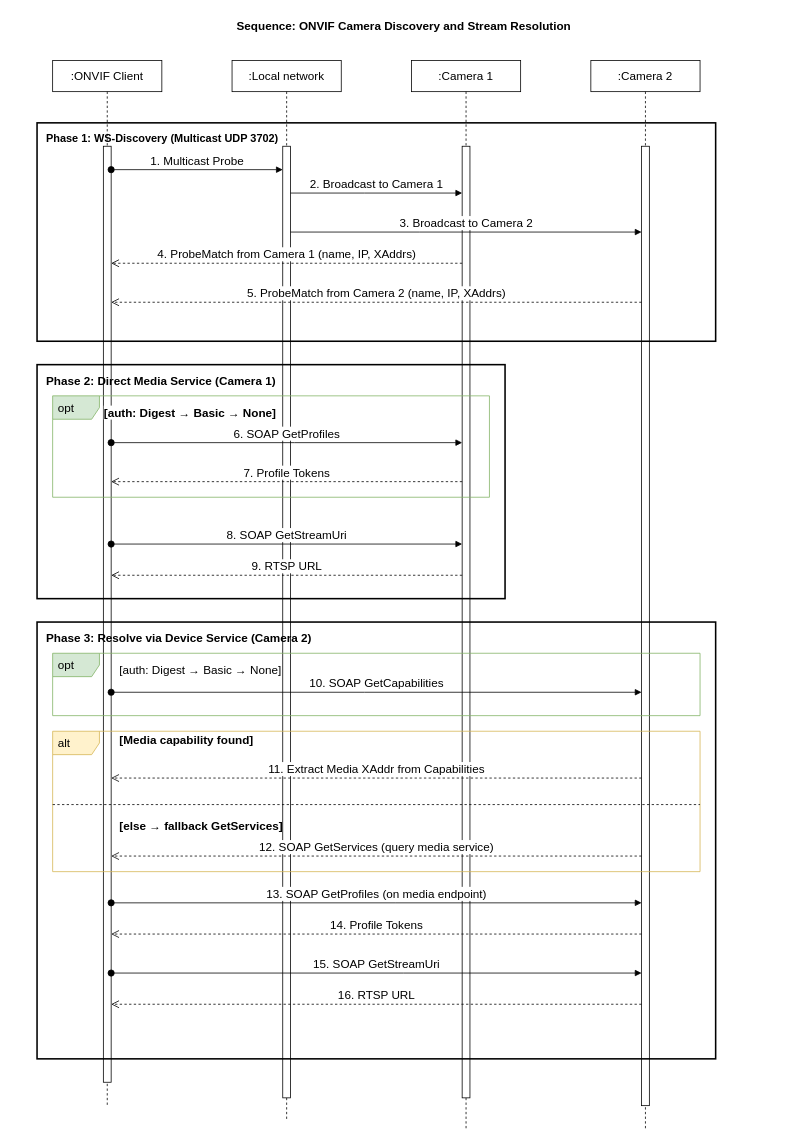
Salmen-BA21/Queue-Wait-Time-Estimation keeps this draw.io diagram as report-latex/figures/drawio/chapter4_onvif_protocol_sequence.drawio. Above is the earlier version. Source tidied: cells renumbered, new cells numbered last; positions are measured from the earlier drawing's top-left corner, leaving out a move shared by most shapes. Both pictures are drawn from the tidied source at 78%, with x=0, y=0 at pixel (13, 13).
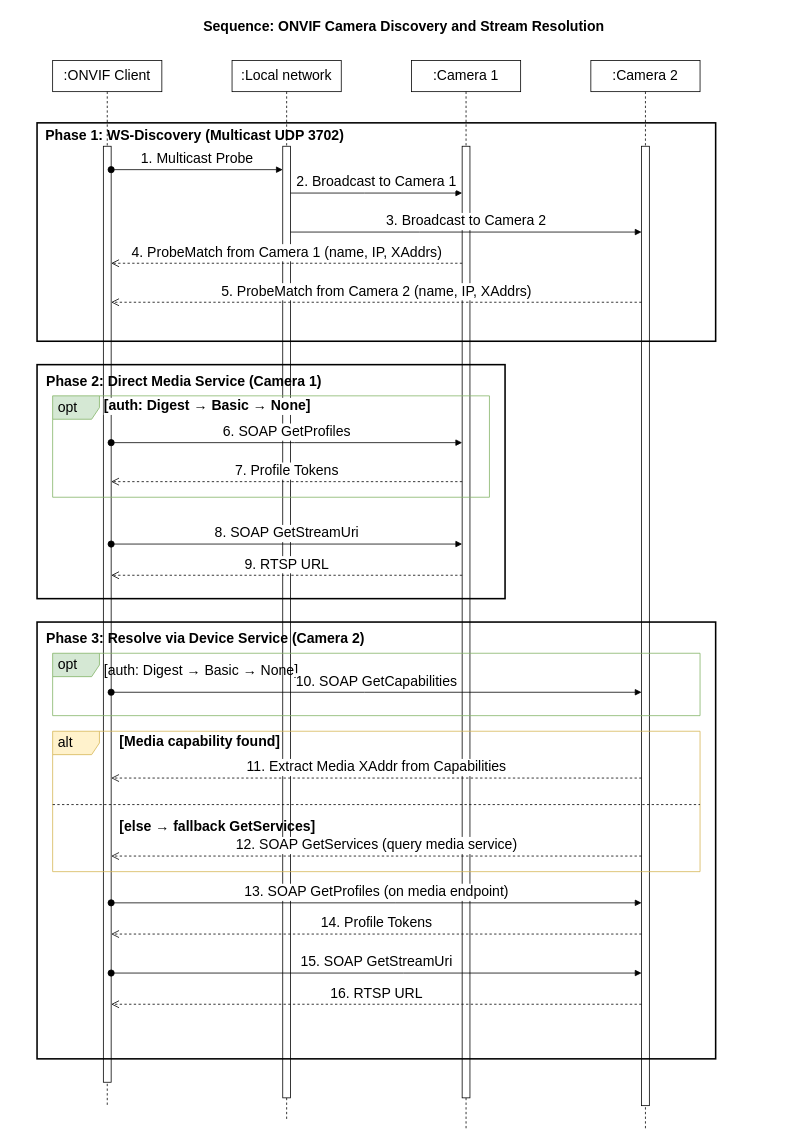
After the change.

Change to the diagram source:
```diff
@@
-    <mxCell id="2" value="Sequence: ONVIF Camera Discovery and Stream Resolution" style="text;fontSize=15;fontStyle=1;align=center;html=1;" parent="1" vertex="1">
+    <mxCell id="2" value="Sequence: ONVIF Camera Discovery and Stream Resolution" style="text;fontSize=18;fontStyle=1;align=center;html=1;" parent="1" vertex="1">
       <mxGeometry width="1000" height="40" as="geometry" />
     </mxCell>
-    <mxCell id="3" value=":ONVIF Client" style="shape=umlLifeline;perimeter=lifelinePerimeter;whiteSpace=wrap;html=1;fontSize=15;" parent="1" vertex="1">
+    <mxCell id="3" value=":ONVIF Client" style="shape=umlLifeline;perimeter=lifelinePerimeter;whiteSpace=wrap;html=1;fontSize=18;" parent="1" vertex="1">
       <mxGeometry x="50" y="60" width="140" height="1340" as="geometry" />
     </mxCell>
-    <mxCell id="4" style="html=1;points=[];perimeter=orthogonalPerimeter;outlineConnect=0;targetShapes=umlLifeline;portConstraint=eastwest;fontSize=15;" parent="3" vertex="1">
+    <mxCell id="4" style="html=1;points=[];perimeter=orthogonalPerimeter;outlineConnect=0;targetShapes=umlLifeline;portConstraint=eastwest;fontSize=18;" parent="3" vertex="1">
       <mxGeometry x="65" y="110" width="10" height="1200" as="geometry" />
     </mxCell>
-    <mxCell id="5" value=":Local network" style="shape=umlLifeline;perimeter=lifelinePerimeter;whiteSpace=wrap;html=1;fontSize=15;" parent="1" vertex="1">
+    <mxCell id="5" value=":Local network" style="shape=umlLifeline;perimeter=lifelinePerimeter;whiteSpace=wrap;html=1;fontSize=18;" parent="1" vertex="1">
       <mxGeometry x="280" y="60" width="140" height="1360" as="geometry" />
     </mxCell>
-    <mxCell id="6" style="html=1;points=[];perimeter=orthogonalPerimeter;outlineConnect=0;targetShapes=umlLifeline;portConstraint=eastwest;fontSize=15;" parent="5" vertex="1">
+    <mxCell id="6" style="html=1;points=[];perimeter=orthogonalPerimeter;outlineConnect=0;targetShapes=umlLifeline;portConstraint=eastwest;fontSize=18;" parent="5" vertex="1">
       <mxGeometry x="65" y="110" width="10" height="1220" as="geometry" />
     </mxCell>
-    <mxCell id="7" value=":Camera 1" style="shape=umlLifeline;perimeter=lifelinePerimeter;whiteSpace=wrap;html=1;fontSize=15;" parent="1" vertex="1">
+    <mxCell id="7" value=":Camera 1" style="shape=umlLifeline;perimeter=lifelinePerimeter;whiteSpace=wrap;html=1;fontSize=18;" parent="1" vertex="1">
       <mxGeometry x="510" y="60" width="140" height="1370" as="geometry" />
     </mxCell>
-    <mxCell id="8" style="html=1;points=[];perimeter=orthogonalPerimeter;outlineConnect=0;targetShapes=umlLifeline;portConstraint=eastwest;fontSize=15;" parent="7" vertex="1">
+    <mxCell id="8" style="html=1;points=[];perimeter=orthogonalPerimeter;outlineConnect=0;targetShapes=umlLifeline;portConstraint=eastwest;fontSize=18;" parent="7" vertex="1">
       <mxGeometry x="65" y="110" width="10" height="1220" as="geometry" />
     </mxCell>
-    <mxCell id="9" value=":Camera 2" style="shape=umlLifeline;perimeter=lifelinePerimeter;whiteSpace=wrap;html=1;fontSize=15;" parent="1" vertex="1">
+    <mxCell id="9" value=":Camera 2" style="shape=umlLifeline;perimeter=lifelinePerimeter;whiteSpace=wrap;html=1;fontSize=18;" parent="1" vertex="1">
       <mxGeometry x="740" y="60" width="140" height="1370" as="geometry" />
     </mxCell>
-    <mxCell id="10" style="html=1;points=[];perimeter=orthogonalPerimeter;outlineConnect=0;targetShapes=umlLifeline;portConstraint=eastwest;fontSize=15;" parent="9" vertex="1">
+    <mxCell id="10" style="html=1;points=[];perimeter=orthogonalPerimeter;outlineConnect=0;targetShapes=umlLifeline;portConstraint=eastwest;fontSize=18;" parent="9" vertex="1">
       <mxGeometry x="65" y="110" width="10" height="1230" as="geometry" />
     </mxCell>
-    <mxCell id="11" style="shape=rectangle;html=1;rounded=0;whiteSpace=wrap;strokeWidth=2;dashed=0;fillColor=none;fontSize=15;" parent="1" vertex="1">
+    <mxCell id="11" style="shape=rectangle;html=1;rounded=0;whiteSpace=wrap;strokeWidth=2;dashed=0;fillColor=none;fontSize=18;" parent="1" vertex="1">
       <mxGeometry x="30" y="140" width="870" height="280" as="geometry" />
     </mxCell>
-    <mxCell id="12" value="Phase 1: WS-Discovery (Multicast UDP 3702)" style="text;html=1;align=left;verticalAlign=top;fontSize=14;fontStyle=1;" parent="1" vertex="1">
-      <mxGeometry x="40" y="145" width="350" height="25" as="geometry" />
+    <mxCell id="12" value="Phase 1: WS-Discovery (Multicast UDP 3702)" style="text;html=1;align=left;verticalAlign=top;fontSize=18;fontStyle=1;" parent="1" vertex="1">
+      <mxGeometry x="39" y="140" width="350" height="25" as="geometry" />
     </mxCell>
-    <mxCell id="13" value="1. Multicast Probe" style="html=1;verticalAlign=bottom;startArrow=oval;endArrow=block;startSize=8;edgeStyle=elbowEdgeStyle;elbow=vertical;curved=0;rounded=0;fontSize=15;" parent="1" edge="1" source="4" target="6">
+    <mxCell id="13" value="1. Multicast Probe" style="html=1;verticalAlign=bottom;startArrow=oval;endArrow=block;startSize=8;edgeStyle=elbowEdgeStyle;elbow=vertical;curved=0;rounded=0;fontSize=18;" parent="1" edge="1" source="4" target="6">
       <mxGeometry relative="1" as="geometry">
         <Array as="points">
           <mxPoint x="230" y="200" />
         </Array>
       </mxGeometry>
     </mxCell>
-    <mxCell id="14" value="2. Broadcast to Camera 1" style="html=1;verticalAlign=bottom;startArrow=none;endArrow=block;startSize=8;edgeStyle=elbowEdgeStyle;elbow=vertical;curved=0;rounded=0;fontSize=15;" parent="1" edge="1" source="6" target="8">
+    <mxCell id="14" value="2. Broadcast to Camera 1" style="html=1;verticalAlign=bottom;startArrow=none;endArrow=block;startSize=8;edgeStyle=elbowEdgeStyle;elbow=vertical;curved=0;rounded=0;fontSize=18;" parent="1" edge="1" source="6" target="8">
       <mxGeometry relative="1" as="geometry">
         <Array as="points">
           <mxPoint x="450" y="230" />
         </Array>
       </mxGeometry>
     </mxCell>
-    <mxCell id="15" value="3. Broadcast to Camera 2" style="html=1;verticalAlign=bottom;startArrow=none;endArrow=block;startSize=8;edgeStyle=elbowEdgeStyle;elbow=vertical;curved=0;rounded=0;fontSize=15;" parent="1" edge="1" source="6" target="10">
+    <mxCell id="15" value="3. Broadcast to Camera 2" style="html=1;verticalAlign=bottom;startArrow=none;endArrow=block;startSize=8;edgeStyle=elbowEdgeStyle;elbow=vertical;curved=0;rounded=0;fontSize=18;" parent="1" edge="1" source="6" target="10">
       <mxGeometry relative="1" as="geometry">
         <Array as="points">
           <mxPoint x="520" y="280" />
         </Array>
       </mxGeometry>
     </mxCell>
-    <mxCell id="16" value="4. ProbeMatch from Camera 1 (name, IP, XAddrs)" style="html=1;verticalAlign=bottom;endArrow=open;dashed=1;endSize=8;edgeStyle=elbowEdgeStyle;elbow=vertical;curved=0;rounded=0;fontSize=15;" parent="1" edge="1" source="8" target="4">
+    <mxCell id="16" value="4. ProbeMatch from Camera 1 (name, IP, XAddrs)" style="html=1;verticalAlign=bottom;endArrow=open;dashed=1;endSize=8;edgeStyle=elbowEdgeStyle;elbow=vertical;curved=0;rounded=0;fontSize=18;" parent="1" edge="1" source="8" target="4">
       <mxGeometry relative="1" as="geometry">
         <Array as="points">
           <mxPoint x="390" y="320" />
         </Array>
       </mxGeometry>
     </mxCell>
-    <mxCell id="17" value="5. ProbeMatch from Camera 2 (name, IP, XAddrs)" style="html=1;verticalAlign=bottom;endArrow=open;dashed=1;endSize=8;edgeStyle=elbowEdgeStyle;elbow=vertical;curved=0;rounded=0;fontSize=15;" parent="1" edge="1" source="10" target="4">
+    <mxCell id="17" value="5. ProbeMatch from Camera 2 (name, IP, XAddrs)" style="html=1;verticalAlign=bottom;endArrow=open;dashed=1;endSize=8;edgeStyle=elbowEdgeStyle;elbow=vertical;curved=0;rounded=0;fontSize=18;" parent="1" edge="1" source="10" target="4">
       <mxGeometry relative="1" as="geometry">
         <Array as="points">
           <mxPoint x="380" y="370" />
         </Array>
       </mxGeometry>
     </mxCell>
-    <mxCell id="18" style="shape=rectangle;html=1;rounded=0;whiteSpace=wrap;fillColor=none;strokeColor=#000000;strokeWidth=2;dashed=0;fontSize=15;" parent="1" vertex="1">
+    <mxCell id="18" style="shape=rectangle;html=1;rounded=0;whiteSpace=wrap;fillColor=none;strokeColor=#000000;strokeWidth=2;dashed=0;fontSize=18;" parent="1" vertex="1">
       <mxGeometry x="30" y="450" width="600" height="300" as="geometry" />
     </mxCell>
-    <mxCell id="19" value="Phase 2: Direct Media Service (Camera 1)" style="text;html=1;align=left;verticalAlign=top;fontSize=15;fontStyle=1;" parent="1" vertex="1">
+    <mxCell id="19" value="Phase 2: Direct Media Service (Camera 1)" style="text;html=1;align=left;verticalAlign=top;fontSize=18;fontStyle=1;" parent="1" vertex="1">
       <mxGeometry x="40" y="455" width="350" height="25" as="geometry" />
     </mxCell>
-    <mxCell id="20" value="opt" style="shape=umlFrame;whiteSpace=wrap;html=1;width=60;height=30;boundedLbl=1;verticalAlign=middle;align=left;spacingLeft=5;fillColor=#d5e8d4;strokeColor=#82b366;fontSize=15;" parent="1" vertex="1">
+    <mxCell id="20" value="opt" style="shape=umlFrame;whiteSpace=wrap;html=1;width=60;height=30;boundedLbl=1;verticalAlign=middle;align=left;spacingLeft=5;fillColor=#d5e8d4;strokeColor=#82b366;fontSize=18;" parent="1" vertex="1">
       <mxGeometry x="50" y="490" width="560" height="130" as="geometry" />
     </mxCell>
-    <mxCell id="21" value="[auth: Digest → Basic → None]" style="text;html=1;align=left;verticalAlign=top;spacingLeft=4;spacingTop=-4;fontStyle=1;labelBackgroundColor=default;fontSize=15;" parent="1" vertex="1">
-      <mxGeometry x="110" y="500" width="240" height="20" as="geometry" />
+    <mxCell id="21" value="[auth: Digest → Basic → None]" style="text;html=1;align=left;verticalAlign=top;spacingLeft=4;spacingTop=-4;fontStyle=1;labelBackgroundColor=default;fontSize=18;" parent="1" vertex="1">
+      <mxGeometry x="110" y="490" width="240" height="20" as="geometry" />
     </mxCell>
-    <mxCell id="22" value="6. SOAP GetProfiles" style="html=1;verticalAlign=bottom;startArrow=oval;endArrow=block;startSize=8;edgeStyle=elbowEdgeStyle;elbow=vertical;curved=0;rounded=0;fontSize=15;" parent="1" edge="1" source="4" target="8">
+    <mxCell id="22" value="6. SOAP GetProfiles" style="html=1;verticalAlign=bottom;startArrow=oval;endArrow=block;startSize=8;edgeStyle=elbowEdgeStyle;elbow=vertical;curved=0;rounded=0;fontSize=18;" parent="1" edge="1" source="4" target="8">
       <mxGeometry relative="1" as="geometry">
         <Array as="points">
           <mxPoint x="360" y="550" />
         </Array>
       </mxGeometry>
     </mxCell>
-    <mxCell id="23" value="7. Profile Tokens" style="html=1;verticalAlign=bottom;endArrow=open;dashed=1;endSize=8;edgeStyle=elbowEdgeStyle;elbow=vertical;curved=0;rounded=0;fontSize=15;" parent="1" edge="1" source="8" target="4">
+    <mxCell id="23" value="7. Profile Tokens" style="html=1;verticalAlign=bottom;endArrow=open;dashed=1;endSize=8;edgeStyle=elbowEdgeStyle;elbow=vertical;curved=0;rounded=0;fontSize=18;" parent="1" edge="1" source="8" target="4">
       <mxGeometry relative="1" as="geometry">
         <Array as="points">
           <mxPoint x="360" y="600" />
         </Array>
       </mxGeometry>
     </mxCell>
-    <mxCell id="24" value="8. SOAP GetStreamUri" style="html=1;verticalAlign=bottom;startArrow=oval;endArrow=block;startSize=8;edgeStyle=elbowEdgeStyle;elbow=vertical;curved=0;rounded=0;fontSize=15;" parent="1" edge="1" source="4" target="8">
+    <mxCell id="24" value="8. SOAP GetStreamUri" style="html=1;verticalAlign=bottom;startArrow=oval;endArrow=block;startSize=8;edgeStyle=elbowEdgeStyle;elbow=vertical;curved=0;rounded=0;fontSize=18;" parent="1" edge="1" source="4" target="8">
       <mxGeometry relative="1" as="geometry">
         <Array as="points">
           <mxPoint x="360" y="680" />
         </Array>
       </mxGeometry>
     </mxCell>
-    <mxCell id="25" value="9. RTSP URL" style="html=1;verticalAlign=bottom;endArrow=open;dashed=1;endSize=8;edgeStyle=elbowEdgeStyle;elbow=vertical;curved=0;rounded=0;fontSize=15;" parent="1" edge="1" source="8" target="4">
+    <mxCell id="25" value="9. RTSP URL" style="html=1;verticalAlign=bottom;endArrow=open;dashed=1;endSize=8;edgeStyle=elbowEdgeStyle;elbow=vertical;curved=0;rounded=0;fontSize=18;" parent="1" edge="1" source="8" target="4">
       <mxGeometry relative="1" as="geometry">
         <Array as="points">
           <mxPoint x="370" y="720" />
         </Array>
       </mxGeometry>
     </mxCell>
-    <mxCell id="26" style="shape=rectangle;html=1;rounded=0;whiteSpace=wrap;fillColor=none;strokeColor=#000000;strokeWidth=2;dashed=0;fontSize=15;" parent="1" vertex="1">
+    <mxCell id="26" style="shape=rectangle;html=1;rounded=0;whiteSpace=wrap;fillColor=none;strokeColor=#000000;strokeWidth=2;dashed=0;fontSize=18;" parent="1" vertex="1">
       <mxGeometry x="30" y="780" width="870" height="560" as="geometry" />
     </mxCell>
-    <mxCell id="27" value="Phase 3: Resolve via Device Service (Camera 2)" style="text;html=1;align=left;verticalAlign=top;fontSize=15;fontStyle=1;" parent="1" vertex="1">
+    <mxCell id="27" value="Phase 3: Resolve via Device Service (Camera 2)" style="text;html=1;align=left;verticalAlign=top;fontSize=18;fontStyle=1;" parent="1" vertex="1">
       <mxGeometry x="40" y="785" width="400" height="25" as="geometry" />
     </mxCell>
-    <mxCell id="28" value="opt" style="shape=umlFrame;whiteSpace=wrap;html=1;width=60;height=30;boundedLbl=1;verticalAlign=middle;align=left;spacingLeft=5;fillColor=#d5e8d4;strokeColor=#82b366;fontSize=15;" parent="1" vertex="1">
+    <mxCell id="28" value="opt" style="shape=umlFrame;whiteSpace=wrap;html=1;width=60;height=30;boundedLbl=1;verticalAlign=middle;align=left;spacingLeft=5;fillColor=#d5e8d4;strokeColor=#82b366;fontSize=18;" parent="1" vertex="1">
       <mxGeometry x="50" y="820" width="830" height="80" as="geometry" />
     </mxCell>
-    <mxCell id="29" value="[auth: Digest → Basic → None]" style="text;html=1;align=left;verticalAlign=top;spacingLeft=4;spacingTop=-4;fontSize=15;" parent="1" vertex="1">
-      <mxGeometry x="130" y="830" width="240" height="20" as="geometry" />
+    <mxCell id="29" value="[auth: Digest → Basic → None]" style="text;html=1;align=left;verticalAlign=top;spacingLeft=4;spacingTop=-4;fontSize=18;" parent="1" vertex="1">
+      <mxGeometry x="110" y="830" width="240" height="20" as="geometry" />
     </mxCell>
-    <mxCell id="30" value="10. SOAP GetCapabilities" style="html=1;verticalAlign=bottom;startArrow=oval;endArrow=block;startSize=8;edgeStyle=elbowEdgeStyle;elbow=vertical;curved=0;rounded=0;fontSize=15;" parent="1" edge="1">
+    <mxCell id="30" value="10. SOAP GetCapabilities" style="html=1;verticalAlign=bottom;startArrow=oval;endArrow=block;startSize=8;edgeStyle=elbowEdgeStyle;elbow=vertical;curved=0;rounded=0;fontSize=18;" parent="1" edge="1">
       <mxGeometry relative="1" as="geometry">
         <mxPoint x="125" y="870" as="sourcePoint" />
         <mxPoint x="805" y="870" as="targetPoint" />
         <Array as="points">
           <mxPoint x="450" y="870" />
         </Array>
       </mxGeometry>
     </mxCell>
-    <mxCell id="31" value="alt" style="shape=umlFrame;whiteSpace=wrap;html=1;width=60;height=30;boundedLbl=1;verticalAlign=middle;align=left;spacingLeft=5;fillColor=#fff2cc;strokeColor=#d6b656;fontSize=15;" parent="1" vertex="1">
+    <mxCell id="31" value="alt" style="shape=umlFrame;whiteSpace=wrap;html=1;width=60;height=30;boundedLbl=1;verticalAlign=middle;align=left;spacingLeft=5;fillColor=#fff2cc;strokeColor=#d6b656;fontSize=18;" parent="1" vertex="1">
       <mxGeometry x="50" y="920" width="830" height="180" as="geometry" />
     </mxCell>
-    <mxCell id="32" value="[Media capability found]" style="text;html=1;align=left;verticalAlign=top;spacingLeft=4;spacingTop=-4;fontStyle=1;fontSize=15;" parent="1" vertex="1">
+    <mxCell id="32" value="[Media capability found]" style="text;html=1;align=left;verticalAlign=top;spacingLeft=4;spacingTop=-4;fontStyle=1;fontSize=18;" parent="1" vertex="1">
       <mxGeometry x="130" y="920" width="200" height="20" as="geometry" />
     </mxCell>
-    <mxCell id="33" value="11. Extract Media XAddr from Capabilities" style="html=1;verticalAlign=bottom;endArrow=open;dashed=1;endSize=8;edgeStyle=elbowEdgeStyle;elbow=vertical;curved=0;rounded=0;fontSize=15;" parent="1" edge="1">
+    <mxCell id="33" value="11. Extract Media XAddr from Capabilities" style="html=1;verticalAlign=bottom;endArrow=open;dashed=1;endSize=8;edgeStyle=elbowEdgeStyle;elbow=vertical;curved=0;rounded=0;fontSize=18;" parent="1" edge="1">
       <mxGeometry relative="1" as="geometry">
         <mxPoint x="805" y="980" as="sourcePoint" />
         <mxPoint x="125" y="980" as="targetPoint" />
         <Array as="points">
           <mxPoint x="460" y="980" />
         </Array>
       </mxGeometry>
     </mxCell>
-    <mxCell id="34" style="line;strokeWidth=1;fillColor=none;align=left;verticalAlign=middle;spacingTop=9;spacingLeft=3;spacingRight=3;labelPosition=right;dashed=1;fontStyle=0;fontSize=15;" parent="1" vertex="1">
+    <mxCell id="34" style="line;strokeWidth=1;fillColor=none;align=left;verticalAlign=middle;spacingTop=9;spacingLeft=3;spacingRight=3;labelPosition=right;dashed=1;fontStyle=0;fontSize=18;" parent="1" vertex="1">
       <mxGeometry x="50" y="1010" width="830" height="8" as="geometry" />
     </mxCell>
-    <mxCell id="35" value="[else → fallback GetServices]" style="text;html=1;align=left;verticalAlign=top;spacingLeft=4;spacingTop=-4;fontStyle=1;fontSize=15;" parent="1" vertex="1">
+    <mxCell id="35" value="[else → fallback GetServices]" style="text;html=1;align=left;verticalAlign=top;spacingLeft=4;spacingTop=-4;fontStyle=1;fontSize=18;" parent="1" vertex="1">
       <mxGeometry x="130" y="1030" width="250" height="20" as="geometry" />
     </mxCell>
-    <mxCell id="36" value="12. SOAP GetServices (query media service)" style="html=1;verticalAlign=bottom;endArrow=open;dashed=1;endSize=8;edgeStyle=elbowEdgeStyle;elbow=vertical;curved=0;rounded=0;fontSize=15;" parent="1" edge="1">
+    <mxCell id="36" value="12. SOAP GetServices (query media service)" style="html=1;verticalAlign=bottom;endArrow=open;dashed=1;endSize=8;edgeStyle=elbowEdgeStyle;elbow=vertical;curved=0;rounded=0;fontSize=18;" parent="1" edge="1">
       <mxGeometry relative="1" as="geometry">
         <mxPoint x="805" y="1080" as="sourcePoint" />
         <mxPoint x="125" y="1080" as="targetPoint" />
         <Array as="points">
           <mxPoint x="540" y="1080" />
           <mxPoint x="600" y="1090" />
           <mxPoint x="450" y="1105" />
         </Array>
       </mxGeometry>
     </mxCell>
-    <mxCell id="37" value="13. SOAP GetProfiles (on media endpoint)" style="html=1;verticalAlign=bottom;startArrow=oval;endArrow=block;startSize=8;edgeStyle=elbowEdgeStyle;elbow=vertical;curved=0;rounded=0;fontSize=15;" parent="1" edge="1">
+    <mxCell id="37" value="13. SOAP GetProfiles (on media endpoint)" style="html=1;verticalAlign=bottom;startArrow=oval;endArrow=block;startSize=8;edgeStyle=elbowEdgeStyle;elbow=vertical;curved=0;rounded=0;fontSize=18;" parent="1" edge="1">
       <mxGeometry relative="1" as="geometry">
         <mxPoint x="125" y="1140" as="sourcePoint" />
         <mxPoint x="805" y="1140" as="targetPoint" />
         <Array as="points">
           <mxPoint x="490" y="1140" />
           <mxPoint x="450" y="1180" />
         </Array>
       </mxGeometry>
     </mxCell>
-    <mxCell id="38" value="14. Profile Tokens" style="html=1;verticalAlign=bottom;endArrow=open;dashed=1;endSize=8;edgeStyle=elbowEdgeStyle;elbow=vertical;curved=0;rounded=0;fontSize=15;" parent="1" edge="1">
+    <mxCell id="38" value="14. Profile Tokens" style="html=1;verticalAlign=bottom;endArrow=open;dashed=1;endSize=8;edgeStyle=elbowEdgeStyle;elbow=vertical;curved=0;rounded=0;fontSize=18;" parent="1" edge="1">
       <mxGeometry relative="1" as="geometry">
         <mxPoint x="805" y="1180" as="sourcePoint" />
         <mxPoint x="125" y="1180" as="targetPoint" />
         <Array as="points">
           <mxPoint x="480" y="1180" />
           <mxPoint x="460" y="1210" />
         </Array>
       </mxGeometry>
     </mxCell>
-    <mxCell id="39" value="15. SOAP GetStreamUri" style="html=1;verticalAlign=bottom;startArrow=oval;endArrow=block;startSize=8;edgeStyle=elbowEdgeStyle;elbow=vertical;curved=0;rounded=0;fontSize=15;" parent="1" edge="1">
+    <mxCell id="39" value="15. SOAP GetStreamUri" style="html=1;verticalAlign=bottom;startArrow=oval;endArrow=block;startSize=8;edgeStyle=elbowEdgeStyle;elbow=vertical;curved=0;rounded=0;fontSize=18;" parent="1" edge="1">
       <mxGeometry relative="1" as="geometry">
         <mxPoint x="125" y="1230" as="sourcePoint" />
         <mxPoint x="805" y="1230" as="targetPoint" />
         <Array as="points">
           <mxPoint x="500" y="1230" />
           <mxPoint x="460" y="1240" />
         </Array>
       </mxGeometry>
     </mxCell>
-    <mxCell id="40" value="16. RTSP URL" style="html=1;verticalAlign=bottom;endArrow=open;dashed=1;endSize=8;edgeStyle=elbowEdgeStyle;elbow=vertical;curved=0;rounded=0;fontSize=15;" parent="1" edge="1">
+    <mxCell id="40" value="16. RTSP URL" style="html=1;verticalAlign=bottom;endArrow=open;dashed=1;endSize=8;edgeStyle=elbowEdgeStyle;elbow=vertical;curved=0;rounded=0;fontSize=18;" parent="1" edge="1">
       <mxGeometry relative="1" as="geometry">
         <mxPoint x="805" y="1270" as="sourcePoint" />
         <mxPoint x="125" y="1270" as="targetPoint" />
         <Array as="points">
           <mxPoint x="510" y="1270" />
           <mxPoint x="520" y="1280" />
           <mxPoint x="450" y="1320" />
         </Array>
       </mxGeometry>
     </mxCell>
```
